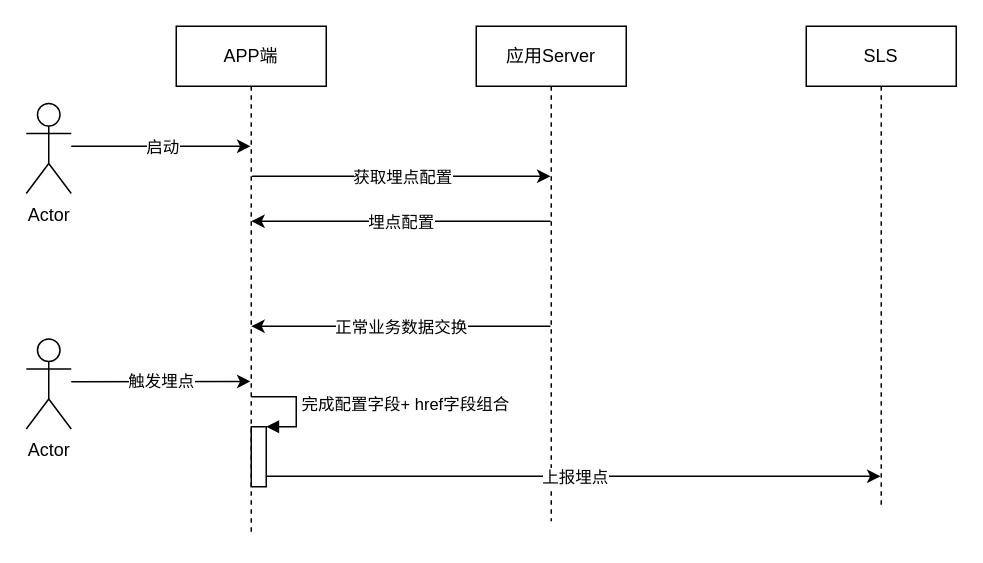
The draw.io diagram 动态化.drawio in aiquantong/Hexo, before the edit. Source tidied: cells renumbered, new cells numbered last; positions are measured from the earlier drawing's top-left corner, leaving out a move shared by most shapes. Both pictures are drawn from the tidied source at 150%, with x=0, y=0 at pixel (26, 26).
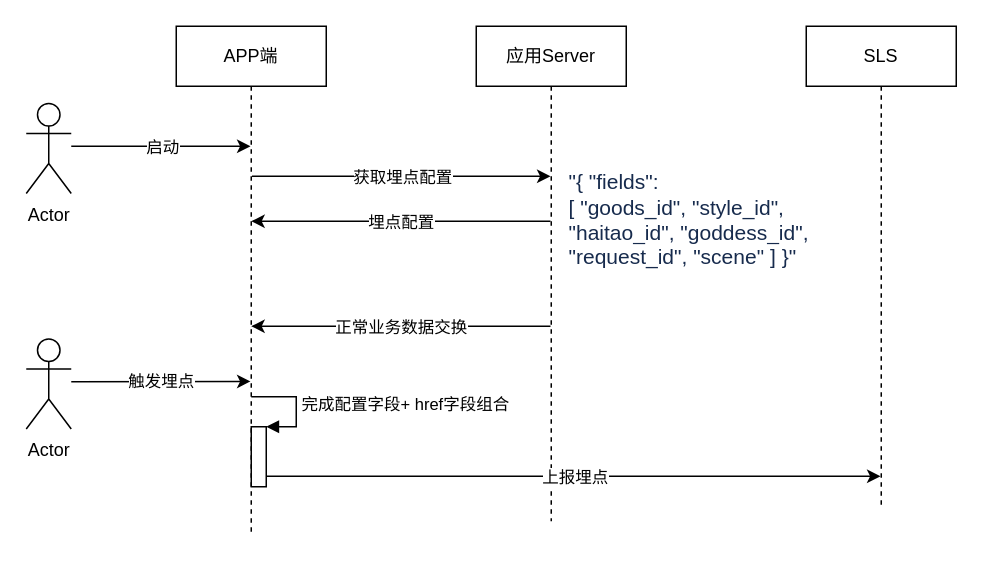
After the change.

Change to the diagram source:
```diff
@@
+    <mxCell id="21" value="&lt;span class=&quot;text-only&quot; style=&quot;color: rgb(23 , 43 , 77) ; font-family: , , &amp;#34;segoe ui&amp;#34; , &amp;#34;roboto&amp;#34; , &amp;#34;oxygen&amp;#34; , &amp;#34;ubuntu&amp;#34; , &amp;#34;fira sans&amp;#34; , &amp;#34;droid sans&amp;#34; , &amp;#34;helvetica neue&amp;#34; , sans-serif ; font-size: 14px ; letter-spacing: 0px ; background-color: rgb(255 , 255 , 255)&quot;&gt;&quot;{&lt;/span&gt;&lt;span class=&quot;text-only&quot; style=&quot;color: rgb(23 , 43 , 77) ; font-family: , , &amp;#34;segoe ui&amp;#34; , &amp;#34;roboto&amp;#34; , &amp;#34;oxygen&amp;#34; , &amp;#34;ubuntu&amp;#34; , &amp;#34;fira sans&amp;#34; , &amp;#34;droid sans&amp;#34; , &amp;#34;helvetica neue&amp;#34; , sans-serif ; font-size: 14px ; letter-spacing: 0px ; background-color: rgb(255 , 255 , 255)&quot;&gt;&amp;nbsp;&lt;/span&gt;&lt;span class=&quot;text-only&quot; style=&quot;color: rgb(23 , 43 , 77) ; font-family: , , &amp;#34;segoe ui&amp;#34; , &amp;#34;roboto&amp;#34; , &amp;#34;oxygen&amp;#34; , &amp;#34;ubuntu&amp;#34; , &amp;#34;fira sans&amp;#34; , &amp;#34;droid sans&amp;#34; , &amp;#34;helvetica neue&amp;#34; , sans-serif ; font-size: 14px ; letter-spacing: 0px ; background-color: rgb(255 , 255 , 255)&quot;&gt;&quot;fields&quot;: [&lt;/span&gt;&lt;span class=&quot;text-only&quot; style=&quot;color: rgb(23 , 43 , 77) ; font-family: , , &amp;#34;segoe ui&amp;#34; , &amp;#34;roboto&amp;#34; , &amp;#34;oxygen&amp;#34; , &amp;#34;ubuntu&amp;#34; , &amp;#34;fira sans&amp;#34; , &amp;#34;droid sans&amp;#34; , &amp;#34;helvetica neue&amp;#34; , sans-serif ; font-size: 14px ; letter-spacing: 0px ; background-color: rgb(255 , 255 , 255)&quot;&gt;&amp;nbsp;&lt;/span&gt;&lt;span class=&quot;text-only&quot; style=&quot;color: rgb(23 , 43 , 77) ; font-family: , , &amp;#34;segoe ui&amp;#34; , &amp;#34;roboto&amp;#34; , &amp;#34;oxygen&amp;#34; , &amp;#34;ubuntu&amp;#34; , &amp;#34;fira sans&amp;#34; , &amp;#34;droid sans&amp;#34; , &amp;#34;helvetica neue&amp;#34; , sans-serif ; font-size: 14px ; letter-spacing: 0px ; background-color: rgb(255 , 255 , 255)&quot;&gt;&quot;goods_id&quot;,&lt;/span&gt;&lt;span class=&quot;text-only&quot; style=&quot;color: rgb(23 , 43 , 77) ; font-family: , , &amp;#34;segoe ui&amp;#34; , &amp;#34;roboto&amp;#34; , &amp;#34;oxygen&amp;#34; , &amp;#34;ubuntu&amp;#34; , &amp;#34;fira sans&amp;#34; , &amp;#34;droid sans&amp;#34; , &amp;#34;helvetica neue&amp;#34; , sans-serif ; font-size: 14px ; letter-spacing: 0px ; background-color: rgb(255 , 255 , 255)&quot;&gt;&amp;nbsp;&lt;/span&gt;&lt;span class=&quot;text-only&quot; style=&quot;color: rgb(23 , 43 , 77) ; font-family: , , &amp;#34;segoe ui&amp;#34; , &amp;#34;roboto&amp;#34; , &amp;#34;oxygen&amp;#34; , &amp;#34;ubuntu&amp;#34; , &amp;#34;fira sans&amp;#34; , &amp;#34;droid sans&amp;#34; , &amp;#34;helvetica neue&amp;#34; , sans-serif ; font-size: 14px ; letter-spacing: 0px ; background-color: rgb(255 , 255 , 255)&quot;&gt;&quot;style_id&quot;,&lt;/span&gt;&lt;span class=&quot;text-only&quot; style=&quot;color: rgb(23 , 43 , 77) ; font-family: , , &amp;#34;segoe ui&amp;#34; , &amp;#34;roboto&amp;#34; , &amp;#34;oxygen&amp;#34; , &amp;#34;ubuntu&amp;#34; , &amp;#34;fira sans&amp;#34; , &amp;#34;droid sans&amp;#34; , &amp;#34;helvetica neue&amp;#34; , sans-serif ; font-size: 14px ; letter-spacing: 0px ; background-color: rgb(255 , 255 , 255)&quot;&gt;&amp;nbsp;&lt;br&gt;&lt;/span&gt;&lt;span class=&quot;text-only&quot; style=&quot;color: rgb(23 , 43 , 77) ; font-family: , , &amp;#34;segoe ui&amp;#34; , &amp;#34;roboto&amp;#34; , &amp;#34;oxygen&amp;#34; , &amp;#34;ubuntu&amp;#34; , &amp;#34;fira sans&amp;#34; , &amp;#34;droid sans&amp;#34; , &amp;#34;helvetica neue&amp;#34; , sans-serif ; font-size: 14px ; letter-spacing: 0px ; background-color: rgb(255 , 255 , 255)&quot;&gt;&quot;haitao_id&quot;,&lt;/span&gt;&lt;span class=&quot;text-only&quot; style=&quot;color: rgb(23 , 43 , 77) ; font-family: , , &amp;#34;segoe ui&amp;#34; , &amp;#34;roboto&amp;#34; , &amp;#34;oxygen&amp;#34; , &amp;#34;ubuntu&amp;#34; , &amp;#34;fira sans&amp;#34; , &amp;#34;droid sans&amp;#34; , &amp;#34;helvetica neue&amp;#34; , sans-serif ; font-size: 14px ; letter-spacing: 0px ; background-color: rgb(255 , 255 , 255)&quot;&gt;&amp;nbsp;&lt;/span&gt;&lt;span class=&quot;text-only&quot; style=&quot;color: rgb(23 , 43 , 77) ; font-family: , , &amp;#34;segoe ui&amp;#34; , &amp;#34;roboto&amp;#34; , &amp;#34;oxygen&amp;#34; , &amp;#34;ubuntu&amp;#34; , &amp;#34;fira sans&amp;#34; , &amp;#34;droid sans&amp;#34; , &amp;#34;helvetica neue&amp;#34; , sans-serif ; font-size: 14px ; letter-spacing: 0px ; background-color: rgb(255 , 255 , 255)&quot;&gt;&quot;goddess_id&quot;,&lt;/span&gt;&lt;span class=&quot;text-only&quot; style=&quot;color: rgb(23 , 43 , 77) ; font-family: , , &amp;#34;segoe ui&amp;#34; , &amp;#34;roboto&amp;#34; , &amp;#34;oxygen&amp;#34; , &amp;#34;ubuntu&amp;#34; , &amp;#34;fira sans&amp;#34; , &amp;#34;droid sans&amp;#34; , &amp;#34;helvetica neue&amp;#34; , sans-serif ; font-size: 14px ; letter-spacing: 0px ; background-color: rgb(255 , 255 , 255)&quot;&gt;&amp;nbsp;&lt;br&gt;&lt;/span&gt;&lt;span class=&quot;text-only&quot; style=&quot;color: rgb(23 , 43 , 77) ; font-family: , , &amp;#34;segoe ui&amp;#34; , &amp;#34;roboto&amp;#34; , &amp;#34;oxygen&amp;#34; , &amp;#34;ubuntu&amp;#34; , &amp;#34;fira sans&amp;#34; , &amp;#34;droid sans&amp;#34; , &amp;#34;helvetica neue&amp;#34; , sans-serif ; font-size: 14px ; letter-spacing: 0px ; background-color: rgb(255 , 255 , 255)&quot;&gt;&quot;request_id&quot;,&lt;/span&gt;&lt;span class=&quot;text-only&quot; style=&quot;color: rgb(23 , 43 , 77) ; font-family: , , &amp;#34;segoe ui&amp;#34; , &amp;#34;roboto&amp;#34; , &amp;#34;oxygen&amp;#34; , &amp;#34;ubuntu&amp;#34; , &amp;#34;fira sans&amp;#34; , &amp;#34;droid sans&amp;#34; , &amp;#34;helvetica neue&amp;#34; , sans-serif ; font-size: 14px ; letter-spacing: 0px ; background-color: rgb(255 , 255 , 255)&quot;&gt;&amp;nbsp;&lt;/span&gt;&lt;span class=&quot;text-only&quot; style=&quot;color: rgb(23 , 43 , 77) ; font-family: , , &amp;#34;segoe ui&amp;#34; , &amp;#34;roboto&amp;#34; , &amp;#34;oxygen&amp;#34; , &amp;#34;ubuntu&amp;#34; , &amp;#34;fira sans&amp;#34; , &amp;#34;droid sans&amp;#34; , &amp;#34;helvetica neue&amp;#34; , sans-serif ; font-size: 14px ; letter-spacing: 0px ; background-color: rgb(255 , 255 , 255)&quot;&gt;&quot;scene&quot;&lt;/span&gt;&lt;span class=&quot;text-only&quot; style=&quot;color: rgb(23 , 43 , 77) ; font-family: , , &amp;#34;segoe ui&amp;#34; , &amp;#34;roboto&amp;#34; , &amp;#34;oxygen&amp;#34; , &amp;#34;ubuntu&amp;#34; , &amp;#34;fira sans&amp;#34; , &amp;#34;droid sans&amp;#34; , &amp;#34;helvetica neue&amp;#34; , sans-serif ; font-size: 14px ; letter-spacing: 0px ; background-color: rgb(255 , 255 , 255)&quot;&gt;&amp;nbsp;&lt;/span&gt;&lt;span class=&quot;text-only&quot; style=&quot;color: rgb(23 , 43 , 77) ; font-family: , , &amp;#34;segoe ui&amp;#34; , &amp;#34;roboto&amp;#34; , &amp;#34;oxygen&amp;#34; , &amp;#34;ubuntu&amp;#34; , &amp;#34;fira sans&amp;#34; , &amp;#34;droid sans&amp;#34; , &amp;#34;helvetica neue&amp;#34; , sans-serif ; font-size: 14px ; letter-spacing: 0px ; background-color: rgb(255 , 255 , 255)&quot;&gt;]&lt;/span&gt;&lt;span class=&quot;text-only&quot; style=&quot;color: rgb(23 , 43 , 77) ; font-family: , , &amp;#34;segoe ui&amp;#34; , &amp;#34;roboto&amp;#34; , &amp;#34;oxygen&amp;#34; , &amp;#34;ubuntu&amp;#34; , &amp;#34;fira sans&amp;#34; , &amp;#34;droid sans&amp;#34; , &amp;#34;helvetica neue&amp;#34; , sans-serif ; font-size: 14px ; letter-spacing: 0px ; background-color: rgb(255 , 255 , 255)&quot;&gt;&amp;nbsp;&lt;/span&gt;&lt;span class=&quot;text-only&quot; style=&quot;color: rgb(23 , 43 , 77) ; font-family: , , &amp;#34;segoe ui&amp;#34; , &amp;#34;roboto&amp;#34; , &amp;#34;oxygen&amp;#34; , &amp;#34;ubuntu&amp;#34; , &amp;#34;fira sans&amp;#34; , &amp;#34;droid sans&amp;#34; , &amp;#34;helvetica neue&amp;#34; , sans-serif ; font-size: 14px ; letter-spacing: 0px ; background-color: rgb(255 , 255 , 255)&quot;&gt;}&quot;&lt;/span&gt;" style="text;html=1;strokeColor=none;fillColor=none;align=left;verticalAlign=middle;whiteSpace=wrap;rounded=0;" parent="1" vertex="1">
+      <mxGeometry x="360" y="90" width="170" height="78.5" as="geometry" />
+    </mxCell>
```
